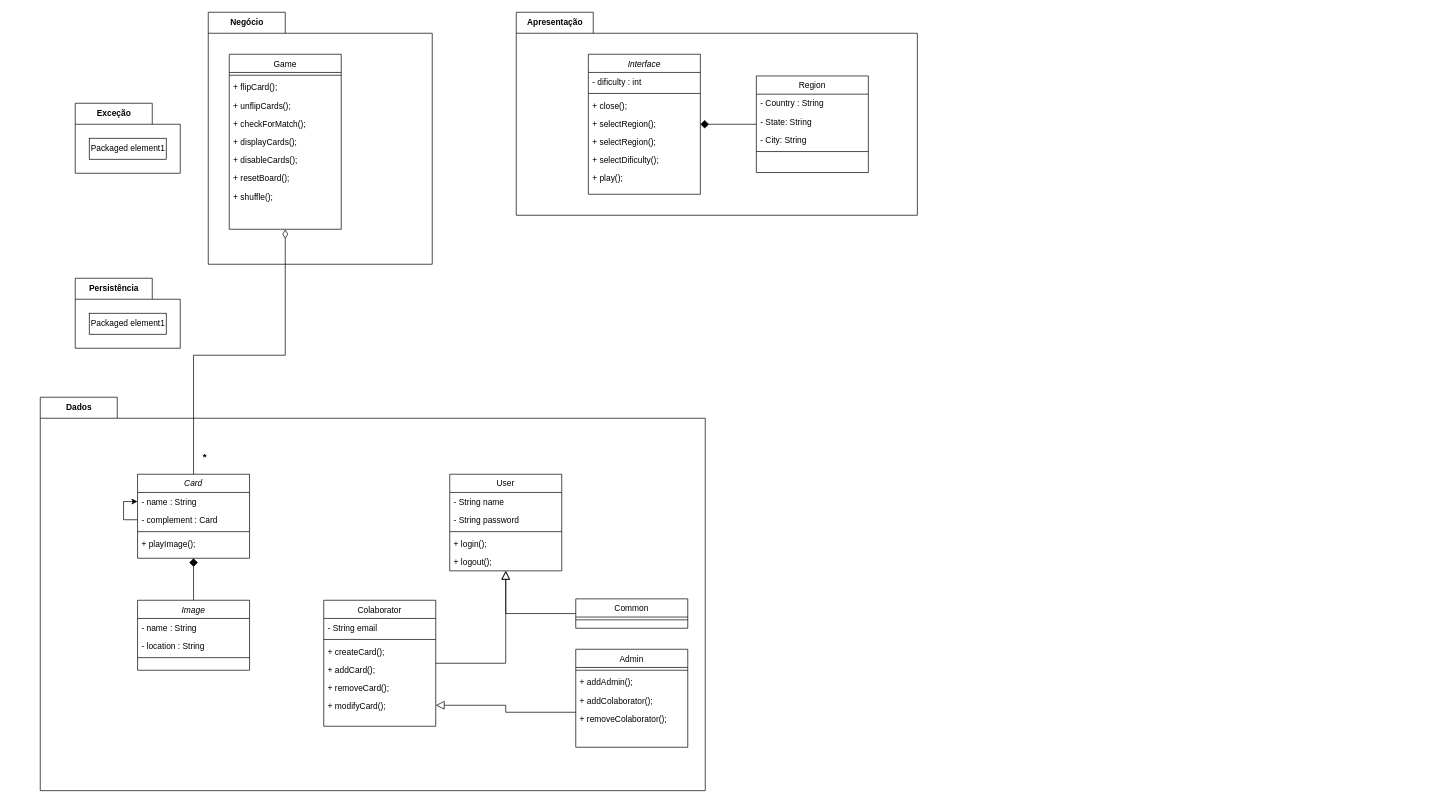
Before: Final-Homework/AMS-Final-Homework-Class-Diagram.drawio in Stuepp/AMS, a draw.io diagram. Source tidied: cells renumbered, new cells numbered last; positions are measured from the earlier drawing's top-left corner, leaving out a move shared by most shapes. Both pictures are drawn from the tidied source at 70%, with x=0, y=0 at pixel (40, 12).
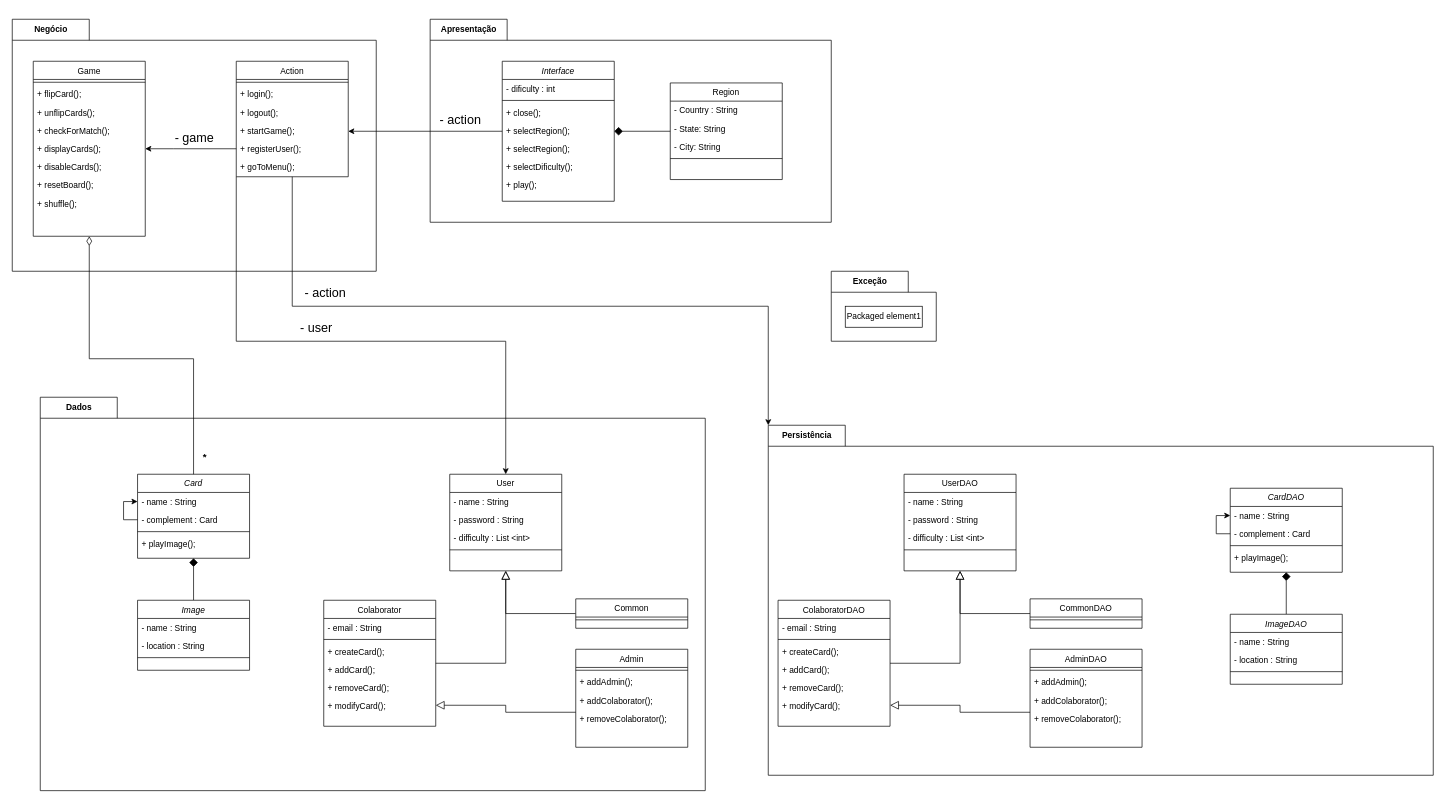
Above is the later version.

Commit message (it also covers changes not shown here):
Class-Diagram

The change refers to these unchanged cells:
```xml
<mxCell id="4" value="Colaborator" style="swimlane;fontStyle=0;align=center;verticalAlign=top;horizontal=1;startSize=26;rounded=0;shadow=0;strokeWidth=1;" parent="2" vertex="1">
  <mxGeometry x="405" y="290" width="160" height="180" as="geometry" />
</mxCell>
<mxCell id="14" value="User" style="swimlane;fontStyle=0;align=center;verticalAlign=top;horizontal=1;startSize=26;rounded=0;shadow=0;strokeWidth=1;" parent="2" vertex="1">
  <mxGeometry x="585" y="110" width="160" height="138" as="geometry" />
</mxCell>
<mxCell id="39" value="Game" style="swimlane;fontStyle=0;align=center;verticalAlign=top;horizontal=1;startSize=26;rounded=0;shadow=0;strokeWidth=1;" parent="38" vertex="1">
  <mxGeometry x="30" y="60" width="160" height="250" as="geometry" />
</mxCell>
<mxCell id="49" value="Interface" style="swimlane;fontStyle=2;align=center;verticalAlign=top;horizontal=1;startSize=26;rounded=0;shadow=0;strokeWidth=1;" parent="48" vertex="1">
  <mxGeometry x="103" y="60" width="160" height="200" as="geometry" />
</mxCell>
```

The edit, as a diff of the source:
```diff
@@
-    <mxCell id="5" value="- String email" style="text;align=left;verticalAlign=top;spacingLeft=4;spacingRight=4;overflow=hidden;" parent="4" vertex="1">
+    <mxCell id="5" value="- email : String" style="text;align=left;verticalAlign=top;spacingLeft=4;spacingRight=4;overflow=hidden;" parent="4" vertex="1">
       <mxGeometry y="26" width="160" height="26" as="geometry" />
     </mxCell>
@@
-    <mxCell id="15" value="- String name" style="text;align=left;verticalAlign=top;spacingLeft=4;spacingRight=4;overflow=hidden;" parent="14" vertex="1">
+    <mxCell id="15" value="- name : String" style="text;align=left;verticalAlign=top;spacingLeft=4;spacingRight=4;overflow=hidden;" parent="14" vertex="1">
       <mxGeometry y="26" width="160" height="26" as="geometry" />
     </mxCell>
-    <mxCell id="16" value="- String password" style="text;align=left;verticalAlign=top;spacingLeft=4;spacingRight=4;overflow=hidden;rounded=0;shadow=0;html=0;" parent="14" vertex="1">
+    <mxCell id="16" value="- password : String" style="text;align=left;verticalAlign=top;spacingLeft=4;spacingRight=4;overflow=hidden;rounded=0;shadow=0;html=0;" parent="14" vertex="1">
       <mxGeometry y="52" width="160" height="26" as="geometry" />
     </mxCell>
+    <mxCell id="68" value="- difficulty : List &lt;int&gt;" style="text;align=left;verticalAlign=top;spacingLeft=4;spacingRight=4;overflow=hidden;rounded=0;shadow=0;html=0;" parent="14" vertex="1">
+      <mxGeometry y="78" width="160" height="26" as="geometry" />
+    </mxCell>
     <mxCell id="17" style="line;html=1;strokeWidth=1;align=left;verticalAlign=middle;spacingTop=-1;spacingLeft=3;spacingRight=3;labelPosition=right;" parent="14" vertex="1">
-      <mxGeometry y="78" width="160" height="8" as="geometry" />
+      <mxGeometry y="104" width="160" height="8" as="geometry" />
     </mxCell>
-    <mxCell id="18" value="+ login();" style="text;align=left;verticalAlign=top;spacingLeft=4;spacingRight=4;overflow=hidden;fontStyle=0;" parent="14" vertex="1">
-      <mxGeometry y="86" width="160" height="26" as="geometry" />
-    </mxCell>
-    <mxCell id="19" value="+ logout();" style="text;align=left;verticalAlign=top;spacingLeft=4;spacingRight=4;overflow=hidden;" parent="14" vertex="1">
-      <mxGeometry y="112" width="160" height="26" as="geometry" />
-    </mxCell>
@@
     <mxCell id="38" value="Negócio" style="shape=folder;fontStyle=1;tabWidth=110;tabHeight=30;tabPosition=left;html=1;boundedLbl=1;labelInHeader=1;" parent="1" vertex="1">
-      <mxGeometry x="240" width="320" height="360" as="geometry" />
+      <mxGeometry x="-40" y="10" width="520" height="360" as="geometry" />
     </mxCell>
@@
+    <mxCell id="69" style="edgeStyle=orthogonalEdgeStyle;rounded=0;jettySize=auto;html=1;" parent="38" edge="1" source="71" target="39">
+      <mxGeometry relative="1" as="geometry">
+        <Array as="points">
+          <mxPoint x="230" y="185" />
+          <mxPoint x="230" y="185" />
+        </Array>
+      </mxGeometry>
+    </mxCell>
+    <mxCell id="70" value="- game" style="edgeLabel;html=1;align=center;verticalAlign=middle;fontSize=18;" parent="69" vertex="1">
+      <mxGeometry x="-0.67" y="-2" relative="1" as="geometry">
+        <mxPoint x="-40" y="-14" as="offset" />
+      </mxGeometry>
+    </mxCell>
+    <mxCell id="71" value="Action" style="swimlane;fontStyle=0;align=center;verticalAlign=top;horizontal=1;startSize=26;rounded=0;shadow=0;strokeWidth=1;" parent="38" vertex="1">
+      <mxGeometry x="320" y="60" width="160" height="165" as="geometry" />
+    </mxCell>
+    <mxCell id="72" style="line;html=1;strokeWidth=1;align=left;verticalAlign=middle;spacingTop=-1;spacingLeft=3;spacingRight=3;labelPosition=right;" parent="71" vertex="1">
+      <mxGeometry y="26" width="160" height="8" as="geometry" />
+    </mxCell>
+    <mxCell id="18" value="+ login();" style="text;align=left;verticalAlign=top;spacingLeft=4;spacingRight=4;overflow=hidden;" parent="71" vertex="1">
+      <mxGeometry y="34" width="160" height="26" as="geometry" />
+    </mxCell>
+    <mxCell id="19" value="+ logout();" style="text;align=left;verticalAlign=top;spacingLeft=4;spacingRight=4;overflow=hidden;" parent="71" vertex="1">
+      <mxGeometry y="60" width="160" height="26" as="geometry" />
+    </mxCell>
+    <mxCell id="73" value="+ startGame();" style="text;align=left;verticalAlign=top;spacingLeft=4;spacingRight=4;overflow=hidden;" parent="71" vertex="1">
+      <mxGeometry y="86" width="160" height="26" as="geometry" />
+    </mxCell>
+    <mxCell id="74" value="+ registerUser();" style="text;align=left;verticalAlign=top;spacingLeft=4;spacingRight=4;overflow=hidden;" parent="71" vertex="1">
+      <mxGeometry y="112" width="160" height="26" as="geometry" />
+    </mxCell>
+    <mxCell id="75" value="+ goToMenu();" style="text;align=left;verticalAlign=top;spacingLeft=4;spacingRight=4;overflow=hidden;" parent="71" vertex="1">
+      <mxGeometry y="138" width="160" height="26" as="geometry" />
+    </mxCell>
     <mxCell id="48" value="Apresentação" style="shape=folder;fontStyle=1;tabWidth=110;tabHeight=30;tabPosition=left;html=1;boundedLbl=1;labelInHeader=1;" parent="1" vertex="1">
-      <mxGeometry x="680" width="573" height="290" as="geometry" />
+      <mxGeometry x="557" y="10" width="573" height="290" as="geometry" />
     </mxCell>
@@
     <mxCell id="63" value="Persistência" style="shape=folder;fontStyle=1;tabWidth=110;tabHeight=30;tabPosition=left;html=1;boundedLbl=1;labelInHeader=1;" parent="1" vertex="1">
-      <mxGeometry x="50" y="380" width="150" height="100" as="geometry" />
+      <mxGeometry x="1040" y="590" width="950" height="500" as="geometry" />
     </mxCell>
-    <mxCell id="64" value="Packaged element1" style="html=1;" parent="63" vertex="1">
-      <mxGeometry width="110" height="30" relative="1" as="geometry">
-        <mxPoint x="20" y="50" as="offset" />
-      </mxGeometry>
-    </mxCell>
+    <mxCell id="76" value="ColaboratorDAO" style="swimlane;fontStyle=0;align=center;verticalAlign=top;horizontal=1;startSize=26;rounded=0;shadow=0;strokeWidth=1;" parent="63" vertex="1">
+      <mxGeometry x="14" y="250" width="160" height="180" as="geometry" />
+    </mxCell>
+    <mxCell id="77" value="- email : String" style="text;align=left;verticalAlign=top;spacingLeft=4;spacingRight=4;overflow=hidden;" parent="76" vertex="1">
+      <mxGeometry y="26" width="160" height="26" as="geometry" />
+    </mxCell>
+    <mxCell id="78" style="line;html=1;strokeWidth=1;align=left;verticalAlign=middle;spacingTop=-1;spacingLeft=3;spacingRight=3;labelPosition=right;" parent="76" vertex="1">
+      <mxGeometry y="52" width="160" height="8" as="geometry" />
+    </mxCell>
+    <mxCell id="79" value="+ createCard();" style="text;align=left;verticalAlign=top;spacingLeft=4;spacingRight=4;overflow=hidden;fontStyle=0;" parent="76" vertex="1">
+      <mxGeometry y="60" width="160" height="26" as="geometry" />
+    </mxCell>
+    <mxCell id="80" value="+ addCard();" style="text;align=left;verticalAlign=top;spacingLeft=4;spacingRight=4;overflow=hidden;fontStyle=0;" parent="76" vertex="1">
+      <mxGeometry y="86" width="160" height="26" as="geometry" />
+    </mxCell>
+    <mxCell id="81" value="+ removeCard();" style="text;align=left;verticalAlign=top;spacingLeft=4;spacingRight=4;overflow=hidden;fontStyle=0;" parent="76" vertex="1">
+      <mxGeometry y="112" width="160" height="26" as="geometry" />
+    </mxCell>
+    <mxCell id="82" value="+ modifyCard();" style="text;align=left;verticalAlign=top;spacingLeft=4;spacingRight=4;overflow=hidden;fontStyle=0;" parent="76" vertex="1">
+      <mxGeometry y="138" width="160" height="26" as="geometry" />
+    </mxCell>
+    <mxCell id="83" value="CommonDAO" style="swimlane;fontStyle=0;align=center;verticalAlign=top;horizontal=1;startSize=26;rounded=0;shadow=0;strokeWidth=1;" parent="63" vertex="1">
+      <mxGeometry x="374" y="248" width="160" height="42" as="geometry" />
+    </mxCell>
+    <mxCell id="84" style="line;html=1;strokeWidth=1;align=left;verticalAlign=middle;spacingTop=-1;spacingLeft=3;spacingRight=3;labelPosition=right;" parent="83" vertex="1">
+      <mxGeometry y="26" width="160" height="8" as="geometry" />
+    </mxCell>
+    <mxCell id="85" value="UserDAO" style="swimlane;fontStyle=0;align=center;verticalAlign=top;horizontal=1;startSize=26;rounded=0;shadow=0;strokeWidth=1;" parent="63" vertex="1">
+      <mxGeometry x="194" y="70" width="160" height="138" as="geometry" />
+    </mxCell>
+    <mxCell id="86" value="- name : String" style="text;align=left;verticalAlign=top;spacingLeft=4;spacingRight=4;overflow=hidden;" parent="85" vertex="1">
+      <mxGeometry y="26" width="160" height="26" as="geometry" />
+    </mxCell>
+    <mxCell id="87" value="- password : String" style="text;align=left;verticalAlign=top;spacingLeft=4;spacingRight=4;overflow=hidden;rounded=0;shadow=0;html=0;" parent="85" vertex="1">
+      <mxGeometry y="52" width="160" height="26" as="geometry" />
+    </mxCell>
+    <mxCell id="88" value="- difficulty : List &lt;int&gt;" style="text;align=left;verticalAlign=top;spacingLeft=4;spacingRight=4;overflow=hidden;rounded=0;shadow=0;html=0;" parent="85" vertex="1">
+      <mxGeometry y="78" width="160" height="26" as="geometry" />
+    </mxCell>
+    <mxCell id="89" style="line;html=1;strokeWidth=1;align=left;verticalAlign=middle;spacingTop=-1;spacingLeft=3;spacingRight=3;labelPosition=right;" parent="85" vertex="1">
+      <mxGeometry y="104" width="160" height="8" as="geometry" />
+    </mxCell>
+    <mxCell id="90" style="edgeStyle=orthogonalEdgeStyle;rounded=0;jettySize=auto;html=1;endArrow=block;endFill=0;endSize=10;" parent="63" edge="1" source="76" target="85">
+      <mxGeometry relative="1" as="geometry" />
+    </mxCell>
+    <mxCell id="91" style="edgeStyle=orthogonalEdgeStyle;rounded=0;jettySize=auto;html=1;endArrow=block;endFill=0;endSize=10;" parent="63" edge="1" source="83" target="85">
+      <mxGeometry relative="1" as="geometry" />
+    </mxCell>
+    <mxCell id="92" style="edgeStyle=orthogonalEdgeStyle;rounded=0;jettySize=auto;html=1;fontSize=14;endArrow=block;endFill=0;endSize=10;" parent="63" edge="1" source="93" target="76">
+      <mxGeometry relative="1" as="geometry">
+        <Array as="points">
+          <mxPoint x="274" y="410" />
+          <mxPoint x="274" y="400" />
+        </Array>
+      </mxGeometry>
+    </mxCell>
+    <mxCell id="93" value="AdminDAO" style="swimlane;fontStyle=0;align=center;verticalAlign=top;horizontal=1;startSize=26;rounded=0;shadow=0;strokeWidth=1;" parent="63" vertex="1">
+      <mxGeometry x="374" y="320" width="160" height="140" as="geometry" />
+    </mxCell>
+    <mxCell id="94" style="line;html=1;strokeWidth=1;align=left;verticalAlign=middle;spacingTop=-1;spacingLeft=3;spacingRight=3;labelPosition=right;" parent="93" vertex="1">
+      <mxGeometry y="26" width="160" height="8" as="geometry" />
+    </mxCell>
+    <mxCell id="95" value="+ addAdmin();" style="text;align=left;verticalAlign=top;spacingLeft=4;spacingRight=4;overflow=hidden;fontStyle=0;" parent="93" vertex="1">
+      <mxGeometry y="34" width="160" height="26" as="geometry" />
+    </mxCell>
+    <mxCell id="96" value="+ addColaborator();" style="text;align=left;verticalAlign=top;spacingLeft=4;spacingRight=4;overflow=hidden;fontStyle=0;" parent="93" vertex="1">
+      <mxGeometry y="60" width="160" height="26" as="geometry" />
+    </mxCell>
+    <mxCell id="97" value="+ removeColaborator();" style="text;align=left;verticalAlign=top;spacingLeft=4;spacingRight=4;overflow=hidden;fontStyle=0;" parent="93" vertex="1">
+      <mxGeometry y="86" width="160" height="26" as="geometry" />
+    </mxCell>
     <mxCell id="65" value="Exceção" style="shape=folder;fontStyle=1;tabWidth=110;tabHeight=30;tabPosition=left;html=1;boundedLbl=1;labelInHeader=1;" parent="1" vertex="1">
-      <mxGeometry x="50" y="130" width="150" height="100" as="geometry" />
+      <mxGeometry x="1130" y="370" width="150" height="100" as="geometry" />
     </mxCell>
@@
+    <mxCell id="98" style="edgeStyle=orthogonalEdgeStyle;rounded=0;jettySize=auto;html=1;" parent="1" edge="1" source="71" target="14">
+      <mxGeometry relative="1" as="geometry">
+        <Array as="points">
+          <mxPoint x="280" y="470" />
+          <mxPoint x="665" y="470" />
+        </Array>
+      </mxGeometry>
+    </mxCell>
+    <mxCell id="99" value="&lt;font style=&quot;font-size: 18px;&quot;&gt;- user&lt;br&gt;&lt;/font&gt;" style="edgeLabel;html=1;align=center;verticalAlign=middle;" parent="98" vertex="1">
+      <mxGeometry x="-0.14" y="1" relative="1" as="geometry">
+        <mxPoint y="-19" as="offset" />
+      </mxGeometry>
+    </mxCell>
+    <mxCell id="100" style="edgeStyle=orthogonalEdgeStyle;rounded=0;jettySize=auto;html=1;" parent="1" edge="1" source="49" target="71">
+      <mxGeometry relative="1" as="geometry">
+        <Array as="points">
+          <mxPoint x="440" y="170" />
+          <mxPoint x="440" y="170" />
+        </Array>
+      </mxGeometry>
+    </mxCell>
+    <mxCell id="101" value="- action" style="edgeLabel;html=1;align=center;verticalAlign=middle;fontSize=18;" parent="100" vertex="1">
+      <mxGeometry x="0.35" y="-3" relative="1" as="geometry">
+        <mxPoint x="88" y="-14" as="offset" />
+      </mxGeometry>
+    </mxCell>
+    <mxCell id="102" style="edgeStyle=orthogonalEdgeStyle;rounded=0;jettySize=auto;html=1;fontSize=18;entryX=0;entryY=0;entryDx=0;entryDy=0;entryPerimeter=0;" parent="1" edge="1" source="71" target="63">
+      <mxGeometry relative="1" as="geometry">
+        <Array as="points">
+          <mxPoint x="360" y="420" />
+          <mxPoint x="1040" y="420" />
+        </Array>
+      </mxGeometry>
+    </mxCell>
+    <mxCell id="103" value="- action" style="edgeLabel;html=1;align=center;verticalAlign=middle;fontSize=18;" parent="102" vertex="1">
+      <mxGeometry x="0.37" y="1" relative="1" as="geometry">
+        <mxPoint x="-478" y="-19" as="offset" />
+      </mxGeometry>
+    </mxCell>
+    <mxCell id="104" value="CardDAO" style="swimlane;fontStyle=2;align=center;verticalAlign=top;horizontal=1;startSize=26;rounded=0;shadow=0;strokeWidth=1;" parent="1" vertex="1">
+      <mxGeometry x="1700" y="680" width="160" height="120" as="geometry" />
+    </mxCell>
+    <mxCell id="105" value="- name : String" style="text;align=left;verticalAlign=top;spacingLeft=4;spacingRight=4;overflow=hidden;points=[[0,0.5],[1,0.5]];portConstraint=eastwest;" parent="104" vertex="1">
+      <mxGeometry y="26" width="160" height="26" as="geometry" />
+    </mxCell>
+    <mxCell id="106" style="edgeStyle=orthogonalEdgeStyle;rounded=0;jettySize=auto;html=1;entryX=0;entryY=0.5;entryDx=0;entryDy=0;" parent="104" edge="1" source="107" target="105">
+      <mxGeometry relative="1" as="geometry" />
+    </mxCell>
+    <mxCell id="107" value="- complement : Card" style="text;align=left;verticalAlign=top;spacingLeft=4;spacingRight=4;overflow=hidden;points=[[0,0.5],[1,0.5]];portConstraint=eastwest;rounded=0;shadow=0;html=0;" parent="104" vertex="1">
+      <mxGeometry y="52" width="160" height="26" as="geometry" />
+    </mxCell>
+    <mxCell id="108" style="line;html=1;strokeWidth=1;align=left;verticalAlign=middle;spacingTop=-1;spacingLeft=3;spacingRight=3;labelPosition=right;" parent="104" vertex="1">
+      <mxGeometry y="78" width="160" height="8" as="geometry" />
+    </mxCell>
+    <mxCell id="109" value="+ playImage();" style="text;align=left;verticalAlign=top;spacingLeft=4;spacingRight=4;overflow=hidden;rounded=0;shadow=0;html=0;" parent="104" vertex="1">
+      <mxGeometry y="86" width="160" height="26" as="geometry" />
+    </mxCell>
+    <mxCell id="110" style="edgeStyle=orthogonalEdgeStyle;rounded=0;jettySize=auto;html=1;fontSize=14;endArrow=diamond;endFill=1;endSize=10;" parent="1" edge="1" source="111" target="104">
+      <mxGeometry relative="1" as="geometry" />
+    </mxCell>
+    <mxCell id="111" value="ImageDAO" style="swimlane;fontStyle=2;align=center;verticalAlign=top;horizontal=1;startSize=26;rounded=0;shadow=0;strokeWidth=1;" parent="1" vertex="1">
+      <mxGeometry x="1700" y="860" width="160" height="100" as="geometry" />
+    </mxCell>
+    <mxCell id="112" value="- name : String" style="text;align=left;verticalAlign=top;spacingLeft=4;spacingRight=4;overflow=hidden;" parent="111" vertex="1">
+      <mxGeometry y="26" width="160" height="26" as="geometry" />
+    </mxCell>
+    <mxCell id="113" value="- location : String" style="text;align=left;verticalAlign=top;spacingLeft=4;spacingRight=4;overflow=hidden;rounded=0;shadow=0;html=0;" parent="111" vertex="1">
+      <mxGeometry y="52" width="160" height="26" as="geometry" />
+    </mxCell>
+    <mxCell id="114" style="line;html=1;strokeWidth=1;align=left;verticalAlign=middle;spacingTop=-1;spacingLeft=3;spacingRight=3;labelPosition=right;" parent="111" vertex="1">
+      <mxGeometry y="78" width="160" height="8" as="geometry" />
+    </mxCell>
```
